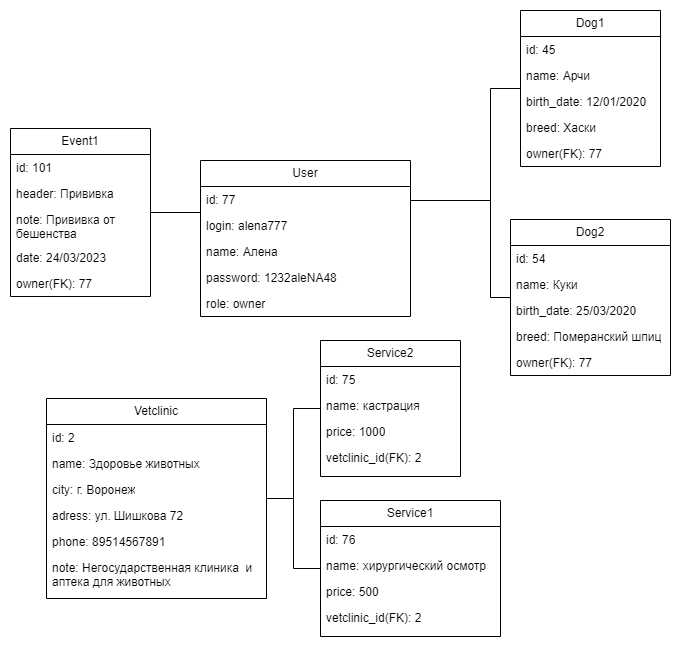
This is Documentation/Diagrams/Диаграмма объектов (Object diagram)/Диаграмма объектов (Object).drawio.png from polyafedosova/TP-5.2-5, a draw.io export, as it was before one commit. Source tidied: cells renumbered, new cells last; positions are measured from the earlier drawing's top-left corner, leaving out a move shared by most shapes.
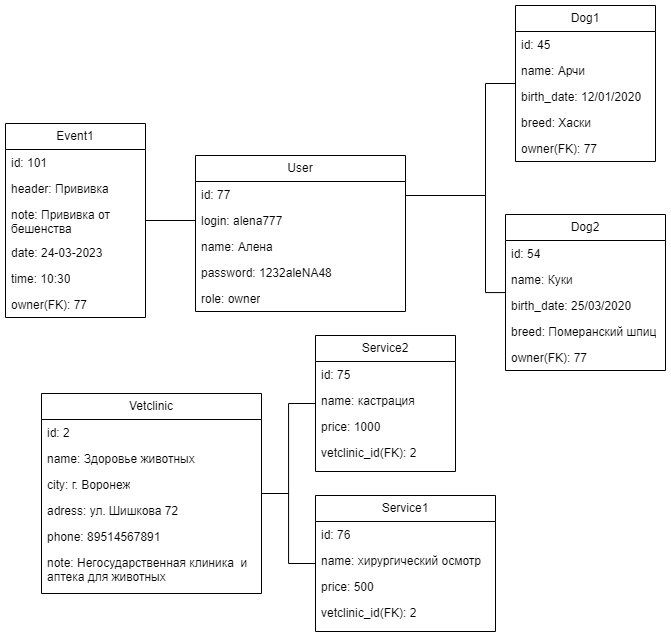
The same file after the commit.

Diff of the diagram source:
```diff
@@ -50,7 +50,7 @@
       </mxGeometry>
     </mxCell>
     <mxCell id="16" value="Event1" style="swimlane;fontStyle=0;horizontal=1;startSize=26;fillColor=none;whiteSpace=wrap;html=1;" parent="1" vertex="1">
-      <mxGeometry y="118" width="140" height="168" as="geometry" />
+      <mxGeometry y="118" width="140" height="194" as="geometry" />
     </mxCell>
     <mxCell id="17" value="id: 101" style="text;strokeColor=none;fillColor=none;align=left;verticalAlign=top;spacingLeft=4;spacingRight=4;overflow=hidden;whiteSpace=wrap;html=1;" parent="16" vertex="1">
       <mxGeometry y="26" width="140" height="26" as="geometry" />
@@ -61,11 +61,14 @@
     <mxCell id="19" value="note: Прививка от бешенства" style="text;strokeColor=none;fillColor=none;align=left;verticalAlign=top;spacingLeft=4;spacingRight=4;overflow=hidden;whiteSpace=wrap;html=1;" parent="16" vertex="1">
       <mxGeometry y="78" width="140" height="38" as="geometry" />
     </mxCell>
-    <mxCell id="20" value="date: 24/03/2023" style="text;strokeColor=none;fillColor=none;align=left;verticalAlign=top;spacingLeft=4;spacingRight=4;overflow=hidden;whiteSpace=wrap;html=1;" parent="16" vertex="1">
+    <mxCell id="20" value="date: 24-03-2023" style="text;strokeColor=none;fillColor=none;align=left;verticalAlign=top;spacingLeft=4;spacingRight=4;overflow=hidden;whiteSpace=wrap;html=1;" parent="16" vertex="1">
       <mxGeometry y="116" width="140" height="26" as="geometry" />
     </mxCell>
+    <mxCell id="48" value="time: 10:30" style="text;strokeColor=none;fillColor=none;align=left;verticalAlign=top;spacingLeft=4;spacingRight=4;overflow=hidden;whiteSpace=wrap;html=1;" parent="16" vertex="1">
+      <mxGeometry y="142" width="140" height="26" as="geometry" />
+    </mxCell>
     <mxCell id="21" value="owner(FK): 77" style="text;strokeColor=none;fillColor=none;align=left;verticalAlign=top;spacingLeft=4;spacingRight=4;overflow=hidden;whiteSpace=wrap;html=1;" parent="16" vertex="1">
-      <mxGeometry y="142" width="140" height="26" as="geometry" />
+      <mxGeometry y="168" width="140" height="26" as="geometry" />
     </mxCell>
     <mxCell id="22" value="User" style="swimlane;fontStyle=0;horizontal=1;startSize=26;fillColor=none;whiteSpace=wrap;html=1;" parent="1" vertex="1">
       <mxGeometry x="190" y="150" width="210" height="156" as="geometry" />
```
